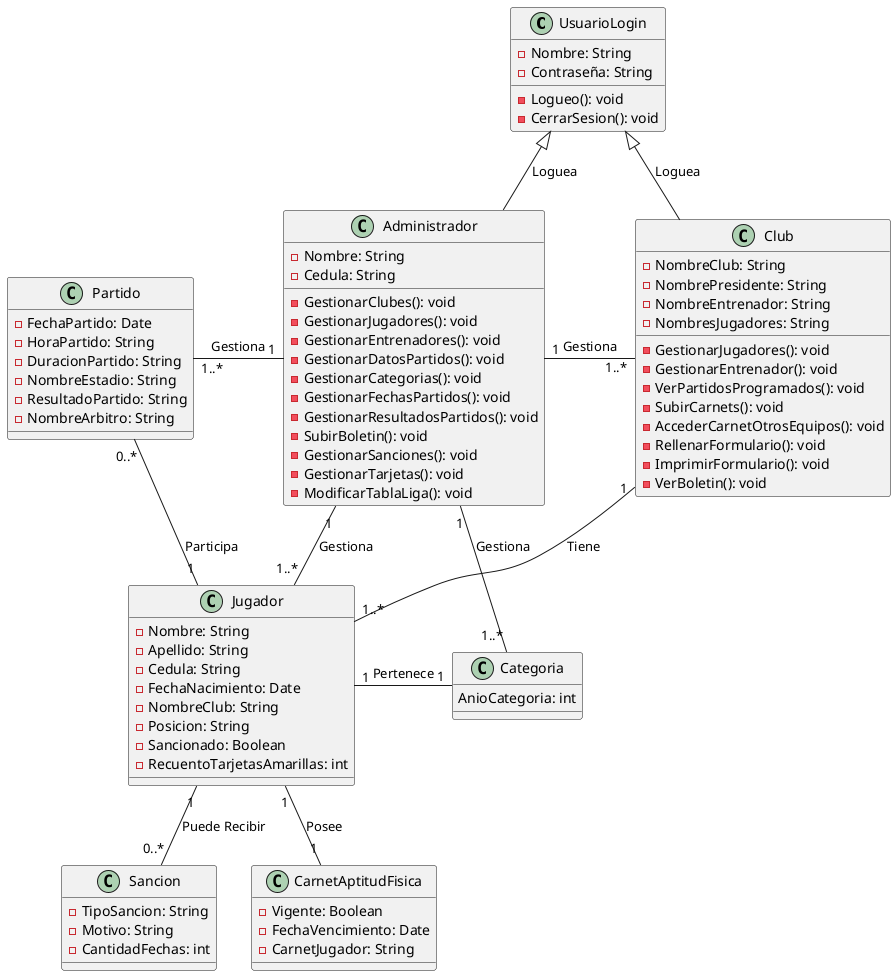
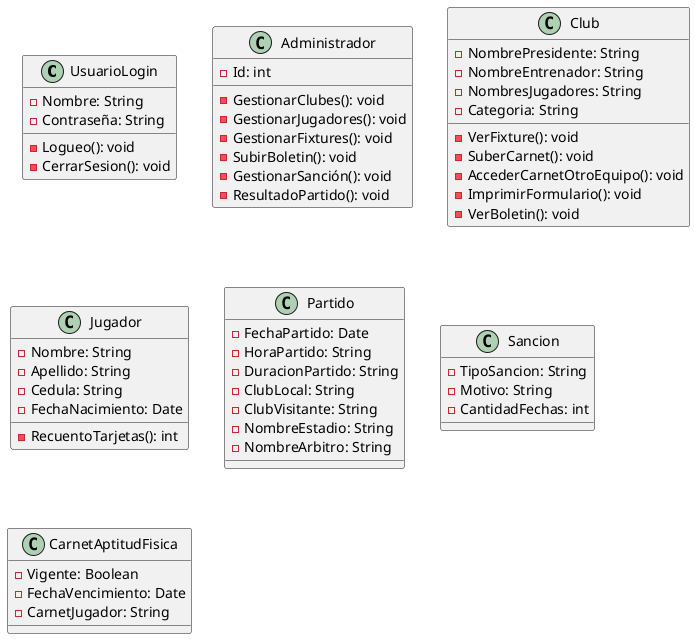
@startuml Final

class UsuarioLogin {
    -Nombre: String
    -Contraseña: String

    -Logueo(): void
    -CerrarSesion(): void

}

class Administrador {
-     -Nombre: String
-     -Cedula: String
+     -Id: int

    -GestionarClubes(): void
    -GestionarJugadores(): void
-     -GestionarEntrenadores(): void
-     -GestionarDatosPartidos(): void
-     -GestionarCategorias(): void
-     -GestionarFechasPartidos(): void
-     -GestionarResultadosPartidos(): void
+     -GestionarFixtures(): void
    -SubirBoletin(): void
-     -GestionarSanciones(): void
-     -GestionarTarjetas(): void
-     -ModificarTablaLiga(): void
+     -GestionarSanción(): void
+     -ResultadoPartido(): void
+ 
}

class Club {
-     -NombreClub: String
    -NombrePresidente: String
    -NombreEntrenador: String
    -NombresJugadores: String
+     -Categoria: String

-     -GestionarJugadores(): void
-     -GestionarEntrenador(): void
-     -VerPartidosProgramados(): void
-     -SubirCarnets(): void
-     -AccederCarnetOtrosEquipos(): void
-     -RellenarFormulario(): void
+     -VerFixture(): void
+     -SuberCarnet(): void
+     -AccederCarnetOtroEquipo(): void
    -ImprimirFormulario(): void
    -VerBoletin(): void
}

class Jugador {
    -Nombre: String
    -Apellido: String
    -Cedula: String
    -FechaNacimiento: Date
-     -NombreClub: String
-     -Posicion: String
-     -Sancionado: Boolean
-     -RecuentoTarjetasAmarillas: int
- }

- class Categoria {
-     AnioCategoria: int
+     -RecuentoTarjetas(): int
}

class Partido {
    -FechaPartido: Date
    -HoraPartido: String
    -DuracionPartido: String
+     -ClubLocal: String
+     -ClubVisitante: String
    -NombreEstadio: String
-     -ResultadoPartido: String
    -NombreArbitro: String
}

class Sancion {
    -TipoSancion: String
    -Motivo: String
    -CantidadFechas: int
}

class CarnetAptitudFisica {
    -Vigente: Boolean
    -FechaVencimiento: Date
    -CarnetJugador: String
}

- UsuarioLogin <|-- Administrador: Loguea
- UsuarioLogin <|-- Club: Loguea
- 
- Administrador "1" -right- "1..*" Club: Gestiona
- Administrador "1" -left- "1..*" Partido: Gestiona
- Administrador "1" -- "1..*" Jugador: Gestiona
- Administrador "1" -- "1..*" Categoria: Gestiona
- 
- Club "1" -down- "1..*" Jugador: Tiene
- 
- Jugador "1" -right- "1" Categoria: Pertenece
- Jugador "1" -down- "0..*" Sancion: Puede Recibir
- Jugador "1" -down- "1" CarnetAptitudFisica: Posee
- Jugador "1" -left- "0..*" Partido: Participa
@enduml